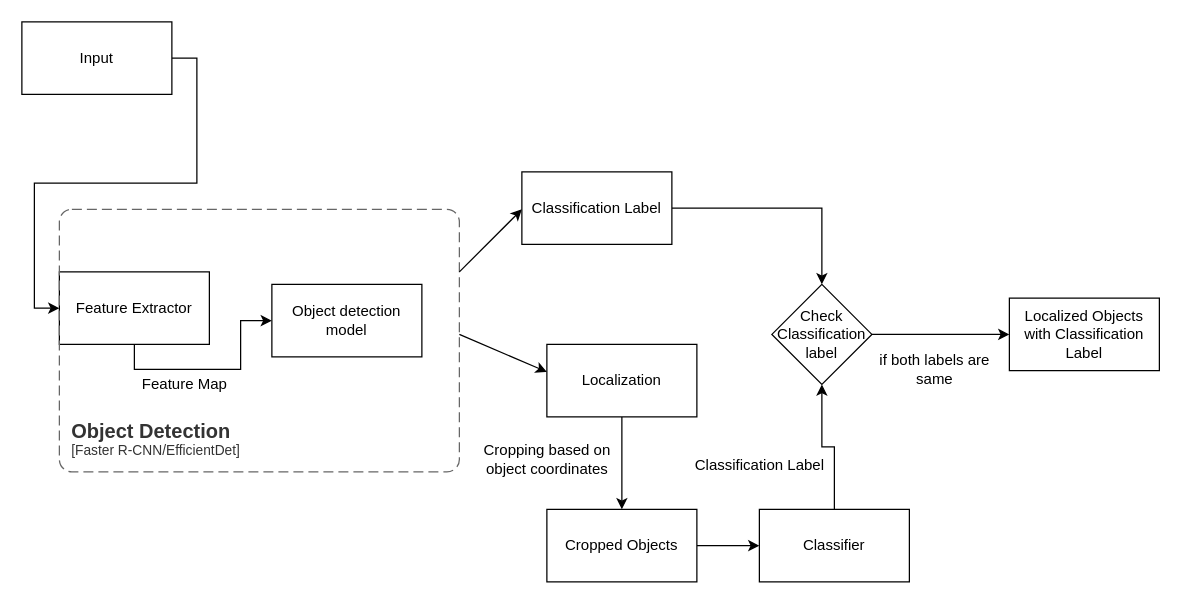
Above: Untitled Diagram.drawio in dhrubapuc23/Computer-Vision (draw.io), before the change. Source tidied: cells renumbered, new cells numbered last; positions are measured from the earlier drawing's top-left corner, leaving out a move shared by most shapes. Both pictures are drawn from the tidied source at 125%, with x=0, y=0 at pixel (21, 21).
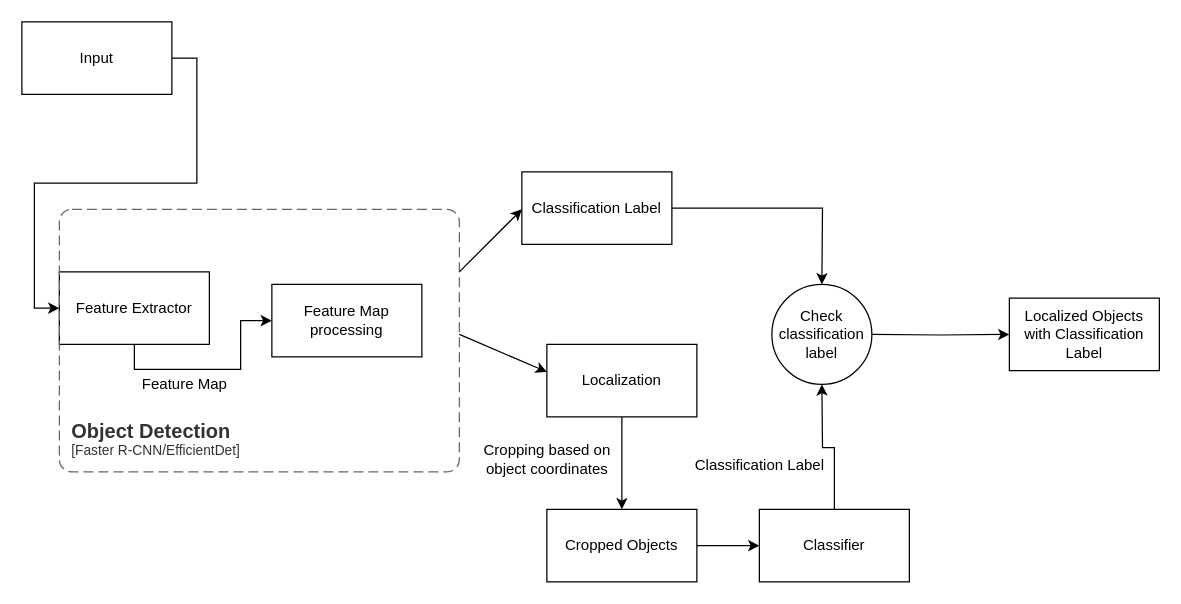
Above is the later version.

Unchanged cells that the change refers to:
```xml
<mxCell id="10" value="Classifier" style="rounded=0;whiteSpace=wrap;html=1;" parent="1" vertex="1">
  <mxGeometry x="590" y="390" width="120" height="58" as="geometry" />
</mxCell>
<mxCell id="13" value="Localized Objects with Classification Label" style="rounded=0;whiteSpace=wrap;html=1;" parent="1" vertex="1">
  <mxGeometry x="790" y="221" width="120" height="58" as="geometry" />
</mxCell>
<mxCell id="19" value="Classification Label" style="rounded=0;whiteSpace=wrap;html=1;" parent="1" vertex="1">
  <mxGeometry x="400" y="120" width="120" height="58" as="geometry" />
</mxCell>
```

Diff of the diagram source:
```diff
@@
-    <mxCell id="6" value="Object detection model" style="rounded=0;whiteSpace=wrap;html=1;" parent="1" vertex="1">
+    <mxCell id="6" value="Feature Map processing" style="rounded=0;whiteSpace=wrap;html=1;" parent="1" vertex="1">
       <mxGeometry x="200" y="210" width="120" height="58" as="geometry" />
     </mxCell>
@@
-    <mxCell id="9" style="edgeStyle=orthogonalEdgeStyle;rounded=0;jettySize=auto;html=1;exitX=0.5;exitY=0;exitDx=0;exitDy=0;entryX=0.5;entryY=1;entryDx=0;entryDy=0;" parent="1" edge="1" source="10" target="21">
-      <mxGeometry relative="1" as="geometry" />
+    <mxCell id="9" style="edgeStyle=orthogonalEdgeStyle;rounded=0;jettySize=auto;html=1;exitX=0.5;exitY=0;exitDx=0;exitDy=0;entryX=0.5;entryY=1;entryDx=0;entryDy=0;" parent="1" edge="1" source="10">
+      <mxGeometry relative="1" as="geometry">
+        <mxPoint x="640" y="290" as="targetPoint" />
+      </mxGeometry>
     </mxCell>
@@
-    <mxCell id="18" style="edgeStyle=orthogonalEdgeStyle;rounded=0;jettySize=auto;html=1;exitX=1;exitY=0.5;exitDx=0;exitDy=0;entryX=0.5;entryY=0;entryDx=0;entryDy=0;" parent="1" edge="1" source="19" target="21">
-      <mxGeometry relative="1" as="geometry" />
+    <mxCell id="18" style="edgeStyle=orthogonalEdgeStyle;rounded=0;jettySize=auto;html=1;exitX=1;exitY=0.5;exitDx=0;exitDy=0;entryX=0.5;entryY=0;entryDx=0;entryDy=0;" parent="1" edge="1" source="19">
+      <mxGeometry relative="1" as="geometry">
+        <mxPoint x="640" y="210" as="targetPoint" />
+      </mxGeometry>
     </mxCell>
@@
-    <mxCell id="20" style="edgeStyle=orthogonalEdgeStyle;rounded=0;jettySize=auto;html=1;" parent="1" edge="1" source="21" target="13">
-      <mxGeometry relative="1" as="geometry" />
+    <mxCell id="20" style="edgeStyle=orthogonalEdgeStyle;rounded=0;jettySize=auto;html=1;" parent="1" edge="1" target="13">
+      <mxGeometry relative="1" as="geometry">
+        <mxPoint x="680" y="250" as="sourcePoint" />
+      </mxGeometry>
     </mxCell>
-    <mxCell id="21" value="Check Classification label" style="rhombus;whiteSpace=wrap;html=1;" parent="1" vertex="1">
-      <mxGeometry x="600" y="210" width="80" height="80" as="geometry" />
-    </mxCell>
@@
-    <mxCell id="23" value="if both labels are&lt;br&gt; same" style="text;html=1;align=center;verticalAlign=middle;fillColor=none;strokeColor=none;rounded=0;" parent="1" vertex="1">
-      <mxGeometry x="675" y="263" width="110" height="30" as="geometry" />
-    </mxCell>
@@
+    <mxCell id="25" value="Check classification label" style="ellipse;whiteSpace=wrap;html=1;" parent="1" vertex="1">
+      <mxGeometry x="600" y="210" width="80" height="80" as="geometry" />
+    </mxCell>
```
